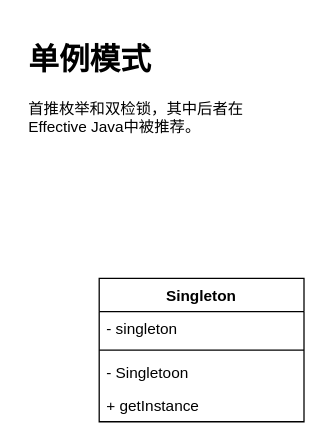
mozhou-tech/java-in-depth keeps this draw.io diagram as patterns/src/main/java/com/tenstone/leet/patterns/singleton/Singleton.drawio. Above is the earlier version. Source tidied: cells renumbered, new cells numbered last; positions are measured from the earlier drawing's top-left corner, leaving out a move shared by most shapes. Both pictures are drawn from the tidied source at 128%, with x=0, y=0 at pixel (22, 35).
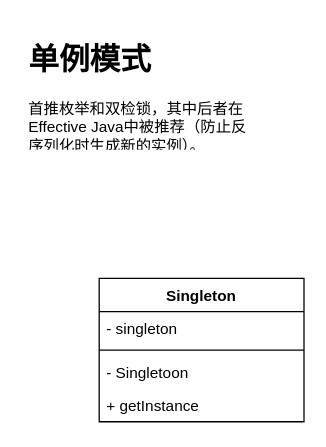
The same page after the edit.

Change to the diagram source:
```diff
@@
 <mxGraphModel>
   <root>
     <mxCell id="0" />
     <mxCell id="1" parent="0" />
     <mxCell id="2" value="Singleton" style="swimlane;fontStyle=1;align=center;verticalAlign=top;horizontal=1;startSize=26;" parent="1" vertex="1">
       <mxGeometry x="60" y="190" width="160" height="112" as="geometry" />
     </mxCell>
     <mxCell id="3" value="- singleton" style="text;strokeColor=none;fillColor=none;align=left;verticalAlign=top;spacingLeft=4;spacingRight=4;overflow=hidden;" parent="2" vertex="1">
       <mxGeometry y="26" width="160" height="26" as="geometry" />
     </mxCell>
     <mxCell id="4" style="line;strokeWidth=1;fillColor=none;align=left;verticalAlign=middle;spacingTop=-1;spacingLeft=3;spacingRight=3;labelPosition=right;" parent="2" vertex="1">
       <mxGeometry y="52" width="160" height="8" as="geometry" />
     </mxCell>
     <mxCell id="5" value="- Singletoon" style="text;strokeColor=none;fillColor=none;align=left;verticalAlign=top;spacingLeft=4;spacingRight=4;overflow=hidden;" parent="2" vertex="1">
       <mxGeometry y="60" width="160" height="26" as="geometry" />
     </mxCell>
     <mxCell id="6" value="+ getInstance" style="text;strokeColor=none;fillColor=none;align=left;verticalAlign=top;spacingLeft=4;spacingRight=4;overflow=hidden;" parent="2" vertex="1">
       <mxGeometry y="86" width="160" height="26" as="geometry" />
     </mxCell>
-    <mxCell id="7" value="&lt;h1&gt;单例模式&lt;/h1&gt;&lt;p&gt;首推枚举和双检锁，其中后者在Effective Java中被推荐。&lt;/p&gt;" style="text;html=1;strokeColor=none;fillColor=none;spacing=5;spacingTop=-20;whiteSpace=wrap;overflow=hidden;rounded=0;" parent="1" vertex="1">
+    <mxCell id="7" value="&lt;h1&gt;单例模式&lt;/h1&gt;&lt;p&gt;首推枚举和双检锁，其中后者在Effective Java中被推荐（防止反序列化时生成新的实例）。&lt;/p&gt;" style="text;html=1;strokeColor=none;fillColor=none;spacing=5;spacingTop=-20;whiteSpace=wrap;overflow=hidden;rounded=0;" parent="1" vertex="1">
       <mxGeometry width="190" height="90" as="geometry" />
     </mxCell>
   </root>
 </mxGraphModel>
```
